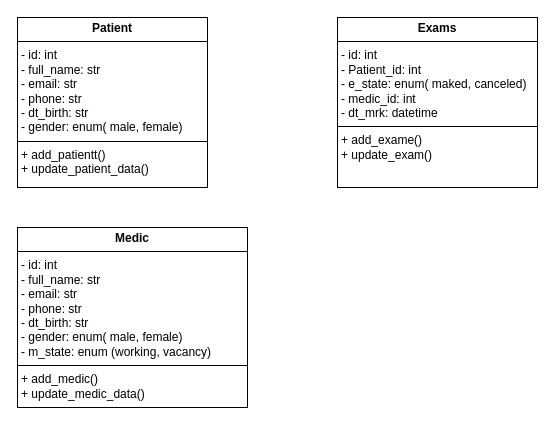
Above: merlot/docs/DDC.drawio in Almirante-Ming/Merlot (draw.io), before the change. Source tidied: cells renumbered, new cells numbered last; positions are measured from the earlier drawing's top-left corner, leaving out a move shared by most shapes. Both pictures are drawn from the tidied source at 100%, with x=0, y=0 at pixel (17, 17).
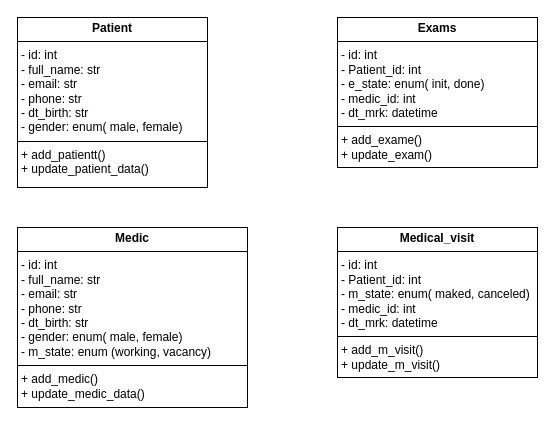
Above is the later version.

The edit, as a diff of the source:
```diff
@@
 <mxGraphModel>
   <root>
     <mxCell id="0" />
     <mxCell id="1" parent="0" />
     <mxCell id="2" value="&lt;p style=&quot;margin:0px;margin-top:4px;text-align:center;&quot;&gt;&lt;b&gt;Patient&lt;/b&gt;&lt;/p&gt;&lt;hr size=&quot;1&quot; style=&quot;border-style:solid;&quot;&gt;&lt;p style=&quot;margin:0px;margin-left:4px;&quot;&gt;- id: int&lt;/p&gt;&lt;p style=&quot;margin:0px;margin-left:4px;&quot;&gt;- full_name: str&lt;/p&gt;&lt;p style=&quot;margin:0px;margin-left:4px;&quot;&gt;- email: str&lt;/p&gt;&lt;p style=&quot;margin:0px;margin-left:4px;&quot;&gt;- phone: str&lt;/p&gt;&lt;p style=&quot;margin:0px;margin-left:4px;&quot;&gt;- dt_birth: str&lt;/p&gt;&lt;p style=&quot;margin:0px;margin-left:4px;&quot;&gt;- gender: enum( male, female)&lt;/p&gt;&lt;hr size=&quot;1&quot; style=&quot;border-style:solid;&quot;&gt;&lt;p style=&quot;margin:0px;margin-left:4px;&quot;&gt;+ add_patientt()&lt;/p&gt;&lt;p style=&quot;margin:0px;margin-left:4px;&quot;&gt;+ update_patient_data()&lt;/p&gt;&lt;p style=&quot;margin:0px;margin-left:4px;&quot;&gt;&lt;br&gt;&lt;/p&gt;" style="verticalAlign=top;align=left;overflow=fill;html=1;whiteSpace=wrap;" parent="1" vertex="1">
       <mxGeometry width="190" height="170" as="geometry" />
     </mxCell>
-    <mxCell id="3" value="&lt;p style=&quot;margin:0px;margin-top:4px;text-align:center;&quot;&gt;&lt;b&gt;Exams&lt;/b&gt;&lt;/p&gt;&lt;hr size=&quot;1&quot; style=&quot;border-style:solid;&quot;&gt;&lt;p style=&quot;margin:0px;margin-left:4px;&quot;&gt;- id: int&lt;/p&gt;&lt;p style=&quot;margin:0px;margin-left:4px;&quot;&gt;- Patient_id: int&lt;/p&gt;&lt;p style=&quot;margin:0px;margin-left:4px;&quot;&gt;- e_state: enum( maked, canceled)&lt;/p&gt;&lt;p style=&quot;margin:0px;margin-left:4px;&quot;&gt;- medic_id: int&lt;/p&gt;&lt;p style=&quot;margin:0px;margin-left:4px;&quot;&gt;- dt_mrk: datetime&lt;/p&gt;&lt;hr size=&quot;1&quot; style=&quot;border-style:solid;&quot;&gt;&lt;p style=&quot;margin:0px;margin-left:4px;&quot;&gt;+ add_exame()&lt;/p&gt;&lt;p style=&quot;margin:0px;margin-left:4px;&quot;&gt;+ update_exam()&lt;/p&gt;&lt;p style=&quot;margin:0px;margin-left:4px;&quot;&gt;&lt;br&gt;&lt;/p&gt;" style="verticalAlign=top;align=left;overflow=fill;html=1;whiteSpace=wrap;" parent="1" vertex="1">
-      <mxGeometry x="320" width="200" height="170" as="geometry" />
+    <mxCell id="3" value="&lt;p style=&quot;margin:0px;margin-top:4px;text-align:center;&quot;&gt;&lt;b&gt;Exams&lt;/b&gt;&lt;/p&gt;&lt;hr size=&quot;1&quot; style=&quot;border-style:solid;&quot;&gt;&lt;p style=&quot;margin:0px;margin-left:4px;&quot;&gt;- id: int&lt;/p&gt;&lt;p style=&quot;margin:0px;margin-left:4px;&quot;&gt;- Patient_id: int&lt;/p&gt;&lt;p style=&quot;margin:0px;margin-left:4px;&quot;&gt;- e_state: enum( init, done)&lt;/p&gt;&lt;p style=&quot;margin:0px;margin-left:4px;&quot;&gt;- medic_id: int&lt;/p&gt;&lt;p style=&quot;margin:0px;margin-left:4px;&quot;&gt;- dt_mrk: datetime&lt;/p&gt;&lt;hr size=&quot;1&quot; style=&quot;border-style:solid;&quot;&gt;&lt;p style=&quot;margin:0px;margin-left:4px;&quot;&gt;+ add_exame()&lt;/p&gt;&lt;p style=&quot;margin:0px;margin-left:4px;&quot;&gt;+ update_exam()&lt;/p&gt;&lt;p style=&quot;margin:0px;margin-left:4px;&quot;&gt;&lt;br&gt;&lt;/p&gt;" style="verticalAlign=top;align=left;overflow=fill;html=1;whiteSpace=wrap;" parent="1" vertex="1">
+      <mxGeometry x="320" width="200" height="150" as="geometry" />
     </mxCell>
     <mxCell id="4" value="&lt;p style=&quot;margin:0px;margin-top:4px;text-align:center;&quot;&gt;&lt;b&gt;Medic&lt;/b&gt;&lt;/p&gt;&lt;hr size=&quot;1&quot; style=&quot;border-style:solid;&quot;&gt;&lt;p style=&quot;margin:0px;margin-left:4px;&quot;&gt;- id: int&lt;/p&gt;&lt;p style=&quot;margin:0px;margin-left:4px;&quot;&gt;- full_name: str&lt;/p&gt;&lt;p style=&quot;margin:0px;margin-left:4px;&quot;&gt;- email: str&lt;/p&gt;&lt;p style=&quot;margin:0px;margin-left:4px;&quot;&gt;- phone: str&lt;/p&gt;&lt;p style=&quot;margin:0px;margin-left:4px;&quot;&gt;- dt_birth: str&lt;/p&gt;&lt;p style=&quot;margin:0px;margin-left:4px;&quot;&gt;- gender: enum( male, female)&lt;/p&gt;&lt;p style=&quot;margin:0px;margin-left:4px;&quot;&gt;- m_state: enum (working, vacancy)&amp;nbsp;&lt;/p&gt;&lt;hr size=&quot;1&quot; style=&quot;border-style:solid;&quot;&gt;&lt;p style=&quot;margin:0px;margin-left:4px;&quot;&gt;+ add_medic()&lt;/p&gt;&lt;p style=&quot;margin:0px;margin-left:4px;&quot;&gt;+ update_medic_data()&lt;/p&gt;&lt;p style=&quot;margin:0px;margin-left:4px;&quot;&gt;&lt;br&gt;&lt;/p&gt;" style="verticalAlign=top;align=left;overflow=fill;html=1;whiteSpace=wrap;" parent="1" vertex="1">
       <mxGeometry y="210" width="230" height="180" as="geometry" />
     </mxCell>
+    <mxCell id="5" value="&lt;p style=&quot;margin:0px;margin-top:4px;text-align:center;&quot;&gt;&lt;b&gt;Medical_visit&lt;/b&gt;&lt;/p&gt;&lt;hr size=&quot;1&quot; style=&quot;border-style:solid;&quot;&gt;&lt;p style=&quot;margin:0px;margin-left:4px;&quot;&gt;- id: int&lt;/p&gt;&lt;p style=&quot;margin:0px;margin-left:4px;&quot;&gt;- Patient_id: int&lt;/p&gt;&lt;p style=&quot;margin:0px;margin-left:4px;&quot;&gt;- m_state: enum( maked, canceled)&lt;/p&gt;&lt;p style=&quot;margin:0px;margin-left:4px;&quot;&gt;- medic_id: int&lt;/p&gt;&lt;p style=&quot;margin:0px;margin-left:4px;&quot;&gt;- dt_mrk: datetime&lt;/p&gt;&lt;hr size=&quot;1&quot; style=&quot;border-style:solid;&quot;&gt;&lt;p style=&quot;margin:0px;margin-left:4px;&quot;&gt;+ add_m_visit()&lt;/p&gt;&lt;p style=&quot;margin:0px;margin-left:4px;&quot;&gt;+ update_m_visit()&lt;/p&gt;&lt;p style=&quot;margin:0px;margin-left:4px;&quot;&gt;&lt;br&gt;&lt;/p&gt;" style="verticalAlign=top;align=left;overflow=fill;html=1;whiteSpace=wrap;" parent="1" vertex="1">
+      <mxGeometry x="320" y="210" width="200" height="150" as="geometry" />
+    </mxCell>
   </root>
 </mxGraphModel>
```
